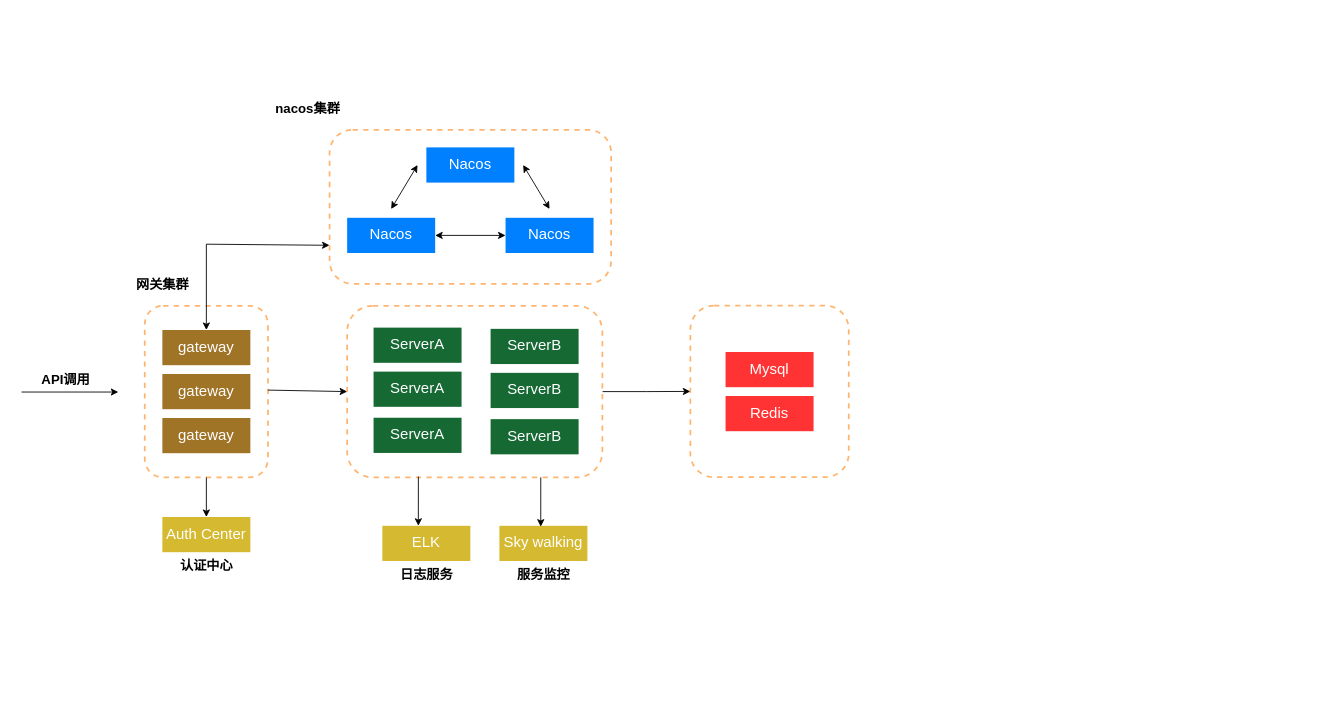
Earlier version of the draw.io diagram 设计相关/IETP微服务架构.drawio (DemonHan/KuickBuy). Source tidied: cells renumbered, new cells numbered last; positions are measured from the earlier drawing's top-left corner, leaving out a move shared by most shapes. Both pictures are drawn from the tidied source at 88%, with x=0, y=0 at pixel (21, 94).
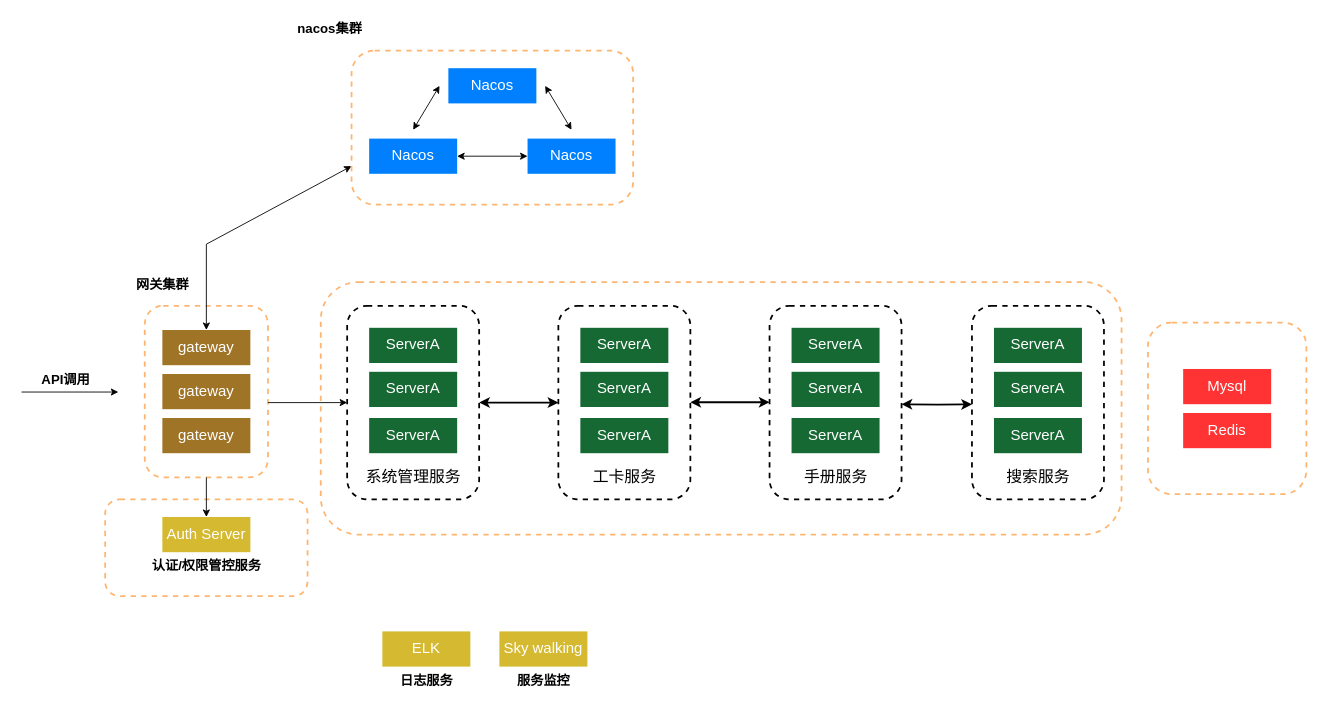
Above is the later version.

Commit message (it also covers changes not shown here):
更新IETP微服务架构.drawio

Diff of the diagram source:
```diff
@@
+    <mxCell id="41" style="rounded=1;whiteSpace=wrap;html=1;dashed=1;strokeColor=#FFB570;strokeWidth=2;" parent="1" vertex="1">
+      <mxGeometry x="340" y="213" width="910" height="287" as="geometry" />
+    </mxCell>
+    <mxCell id="42" style="rounded=1;whiteSpace=wrap;html=1;dashed=1;strokeColor=#FFB570;strokeWidth=2;" parent="1" vertex="1">
+      <mxGeometry x="95" y="460" width="230" height="110" as="geometry" />
+    </mxCell>
     <mxCell id="2" style="rounded=1;whiteSpace=wrap;html=1;dashed=1;strokeColor=#FFB570;strokeWidth=2;" parent="1" vertex="1">
-      <mxGeometry x="760" y="239.8" width="180" height="195" as="geometry" />
+      <mxGeometry x="1280" y="259" width="180" height="195" as="geometry" />
     </mxCell>
@@
     <mxCell id="12" value="nacos集群" style="text;html=1;align=center;verticalAlign=middle;strokeColor=none;fillColor=none;strokeWidth=3;fontSize=15;fontStyle=1;" parent="1" vertex="1">
-      <mxGeometry x="275" width="100" height="30" as="geometry" />
+      <mxGeometry x="300" y="-90" width="100" height="30" as="geometry" />
     </mxCell>
-    <mxCell id="13" style="edgeStyle=orthogonalEdgeStyle;rounded=0;jettySize=auto;html=1;entryX=0;entryY=0.5;entryDx=0;entryDy=0;" parent="1" edge="1" source="14" target="2">
-      <mxGeometry relative="1" as="geometry" />
-    </mxCell>
-    <mxCell id="14" style="rounded=1;whiteSpace=wrap;html=1;dashed=1;strokeColor=#FFB570;strokeWidth=2;" parent="1" vertex="1">
-      <mxGeometry x="370" y="240" width="290" height="195" as="geometry" />
-    </mxCell>
-    <mxCell id="15" value="&lt;font color=&quot;#ffffff&quot;&gt;ServerA&lt;/font&gt;" style="rounded=0;whiteSpace=wrap;html=1;fillColor=#176934;fontSize=17;strokeColor=none;" parent="1" vertex="1">
-      <mxGeometry x="400" y="264.8" width="100" height="40" as="geometry" />
-    </mxCell>
-    <mxCell id="16" value="&lt;font color=&quot;#ffffff&quot;&gt;ServerA&lt;/font&gt;" style="rounded=0;whiteSpace=wrap;html=1;fillColor=#176934;fontSize=17;strokeColor=none;" parent="1" vertex="1">
-      <mxGeometry x="400" y="314.8" width="100" height="40" as="geometry" />
-    </mxCell>
-    <mxCell id="17" value="&lt;font color=&quot;#ffffff&quot;&gt;ServerA&lt;/font&gt;" style="rounded=0;whiteSpace=wrap;html=1;fillColor=#176934;fontSize=17;strokeColor=none;" parent="1" vertex="1">
-      <mxGeometry x="400" y="367.2" width="100" height="40" as="geometry" />
-    </mxCell>
     <mxCell id="18" style="group;" parent="1" vertex="1">
-      <mxGeometry x="350" y="40" width="320" height="175" as="geometry" />
+      <mxGeometry x="375" y="-50" width="320" height="175" as="geometry" />
     </mxCell>
@@
     <mxCell id="26" style="endArrow=classic;html=1;rounded=0;entryX=0;entryY=0.5;entryDx=0;entryDy=0;" parent="1" edge="1" target="14">
       <mxGeometry relative="1" as="geometry">
-        <mxPoint x="280" y="335.8" as="sourcePoint" />
+        <mxPoint x="280" y="350" as="sourcePoint" />
       </mxGeometry>
     </mxCell>
-    <mxCell id="27" value="&lt;font color=&quot;#ffffff&quot;&gt;Auth Center&lt;/font&gt;" style="rounded=0;whiteSpace=wrap;html=1;fillColor=#d5b930;fontSize=17;strokeColor=none;" parent="1" vertex="1">
+    <mxCell id="27" value="&lt;font color=&quot;#ffffff&quot;&gt;Auth Server&lt;/font&gt;" style="rounded=0;whiteSpace=wrap;html=1;fillColor=#d5b930;fontSize=17;strokeColor=none;" parent="1" vertex="1">
       <mxGeometry x="160" y="480" width="100" height="40" as="geometry" />
     </mxCell>
@@
-    <mxCell id="29" value="认证中心" style="text;html=1;align=center;verticalAlign=middle;strokeColor=none;fillColor=none;strokeWidth=3;fontSize=15;fontStyle=1;" parent="1" vertex="1">
-      <mxGeometry x="170" y="520" width="80" height="30" as="geometry" />
+    <mxCell id="29" value="认证/权限管控服务" style="text;html=1;align=center;verticalAlign=middle;strokeColor=none;fillColor=none;strokeWidth=3;fontSize=15;fontStyle=1;" parent="1" vertex="1">
+      <mxGeometry x="135" y="520" width="150" height="30" as="geometry" />
     </mxCell>
     <mxCell id="30" value="&lt;font color=&quot;#ffffff&quot;&gt;ELK&lt;/font&gt;" style="rounded=0;whiteSpace=wrap;html=1;fillColor=#d5b930;fontSize=17;strokeColor=none;" parent="1" vertex="1">
-      <mxGeometry x="410" y="490" width="100" height="40" as="geometry" />
+      <mxGeometry x="410" y="610" width="100" height="40" as="geometry" />
     </mxCell>
-    <mxCell id="31" style="endArrow=classic;html=1;rounded=0;exitX=0.279;exitY=0.995;exitDx=0;exitDy=0;exitPerimeter=0;entryX=0.409;entryY=0;entryDx=0;entryDy=0;entryPerimeter=0;" parent="1" edge="1" source="14" target="30">
-      <mxGeometry relative="1" as="geometry" />
-    </mxCell>
     <mxCell id="32" value="日志服务" style="text;html=1;align=center;verticalAlign=middle;strokeColor=none;fillColor=none;strokeWidth=3;fontSize=15;fontStyle=1;" parent="1" vertex="1">
-      <mxGeometry x="420" y="530" width="80" height="30" as="geometry" />
+      <mxGeometry x="420" y="650" width="80" height="30" as="geometry" />
     </mxCell>
     <mxCell id="33" value="&lt;font color=&quot;#ffffff&quot;&gt;Sky&amp;nbsp;walking&lt;/font&gt;" style="rounded=0;whiteSpace=wrap;html=1;fillColor=#d5b930;fontSize=17;strokeColor=none;" parent="1" vertex="1">
-      <mxGeometry x="543" y="490" width="100" height="40" as="geometry" />
+      <mxGeometry x="543" y="610" width="100" height="40" as="geometry" />
     </mxCell>
-    <mxCell id="34" style="endArrow=classic;html=1;rounded=0;exitX=0.279;exitY=0.995;exitDx=0;exitDy=0;exitPerimeter=0;entryX=0.409;entryY=0;entryDx=0;entryDy=0;entryPerimeter=0;" parent="1" edge="1">
-      <mxGeometry relative="1" as="geometry">
-        <mxPoint x="590" y="435" as="sourcePoint" />
-        <mxPoint x="590" y="491" as="targetPoint" />
-      </mxGeometry>
-    </mxCell>
     <mxCell id="35" value="服务监控" style="text;html=1;align=center;verticalAlign=middle;strokeColor=none;fillColor=none;strokeWidth=3;fontSize=15;fontStyle=1;" parent="1" vertex="1">
-      <mxGeometry x="553" y="530" width="80" height="30" as="geometry" />
+      <mxGeometry x="553" y="650" width="80" height="30" as="geometry" />
     </mxCell>
     <mxCell id="36" value="&lt;font color=&quot;#ffffff&quot;&gt;Mysql&lt;/font&gt;" style="rounded=0;whiteSpace=wrap;html=1;fillColor=#FF3333;fontSize=17;strokeColor=none;" parent="1" vertex="1">
-      <mxGeometry x="800" y="292.5" width="100" height="40" as="geometry" />
+      <mxGeometry x="1320" y="311.8" width="100" height="40" as="geometry" />
     </mxCell>
     <mxCell id="37" value="&lt;font color=&quot;#ffffff&quot;&gt;Redis&lt;/font&gt;" style="rounded=0;whiteSpace=wrap;html=1;fillColor=#FF3333;fontSize=17;strokeColor=none;" parent="1" vertex="1">
-      <mxGeometry x="800" y="342.5" width="100" height="40" as="geometry" />
+      <mxGeometry x="1320" y="361.8" width="100" height="40" as="geometry" />
     </mxCell>
-    <mxCell id="38" value="&lt;font color=&quot;#ffffff&quot;&gt;ServerB&lt;/font&gt;" style="rounded=0;whiteSpace=wrap;html=1;fillColor=#176934;fontSize=17;strokeColor=none;" parent="1" vertex="1">
-      <mxGeometry x="533" y="266.2" width="100" height="40" as="geometry" />
-    </mxCell>
-    <mxCell id="39" value="&lt;font color=&quot;#ffffff&quot;&gt;ServerB&lt;/font&gt;" style="rounded=0;whiteSpace=wrap;html=1;fillColor=#176934;fontSize=17;strokeColor=none;" parent="1" vertex="1">
-      <mxGeometry x="533" y="316.2" width="100" height="40" as="geometry" />
-    </mxCell>
-    <mxCell id="40" value="&lt;font color=&quot;#ffffff&quot;&gt;ServerB&lt;/font&gt;" style="rounded=0;whiteSpace=wrap;html=1;fillColor=#176934;fontSize=17;strokeColor=none;" parent="1" vertex="1">
-      <mxGeometry x="533" y="368.8" width="100" height="40" as="geometry" />
-    </mxCell>
+    <mxCell id="43" style="group;" parent="1" vertex="1">
+      <mxGeometry x="370" y="240" width="150" height="220" as="geometry" />
+    </mxCell>
+    <mxCell id="14" style="rounded=1;whiteSpace=wrap;html=1;dashed=1;strokeColor=#000000;strokeWidth=2;" parent="43" vertex="1">
+      <mxGeometry width="150" height="220" as="geometry" />
+    </mxCell>
+    <mxCell id="15" value="&lt;font color=&quot;#ffffff&quot;&gt;ServerA&lt;/font&gt;" style="rounded=0;whiteSpace=wrap;html=1;fillColor=#176934;fontSize=17;strokeColor=none;" parent="43" vertex="1">
+      <mxGeometry x="25" y="25" width="100" height="40" as="geometry" />
+    </mxCell>
+    <mxCell id="16" value="&lt;font color=&quot;#ffffff&quot;&gt;ServerA&lt;/font&gt;" style="rounded=0;whiteSpace=wrap;html=1;fillColor=#176934;fontSize=17;strokeColor=none;" parent="43" vertex="1">
+      <mxGeometry x="25" y="75" width="100" height="40" as="geometry" />
+    </mxCell>
+    <mxCell id="17" value="&lt;font color=&quot;#ffffff&quot;&gt;ServerA&lt;/font&gt;" style="rounded=0;whiteSpace=wrap;html=1;fillColor=#176934;fontSize=17;strokeColor=none;" parent="43" vertex="1">
+      <mxGeometry x="25" y="127.5" width="100" height="40" as="geometry" />
+    </mxCell>
+    <mxCell id="44" value="系统管理服务" style="text;html=1;strokeColor=none;fillColor=none;align=center;verticalAlign=middle;whiteSpace=wrap;rounded=0;strokeWidth=8;fontSize=18;" parent="43" vertex="1">
+      <mxGeometry x="7.5" y="180" width="135" height="30" as="geometry" />
+    </mxCell>
+    <mxCell id="45" style="group;" parent="1" vertex="1">
+      <mxGeometry x="610" y="240" width="150" height="220" as="geometry" />
+    </mxCell>
+    <mxCell id="46" style="rounded=1;whiteSpace=wrap;html=1;dashed=1;strokeColor=#000000;strokeWidth=2;" parent="45" vertex="1">
+      <mxGeometry width="150" height="220" as="geometry" />
+    </mxCell>
+    <mxCell id="47" value="&lt;font color=&quot;#ffffff&quot;&gt;ServerA&lt;/font&gt;" style="rounded=0;whiteSpace=wrap;html=1;fillColor=#176934;fontSize=17;strokeColor=none;" parent="45" vertex="1">
+      <mxGeometry x="25" y="25" width="100" height="40" as="geometry" />
+    </mxCell>
+    <mxCell id="48" value="&lt;font color=&quot;#ffffff&quot;&gt;ServerA&lt;/font&gt;" style="rounded=0;whiteSpace=wrap;html=1;fillColor=#176934;fontSize=17;strokeColor=none;" parent="45" vertex="1">
+      <mxGeometry x="25" y="75" width="100" height="40" as="geometry" />
+    </mxCell>
+    <mxCell id="49" value="&lt;font color=&quot;#ffffff&quot;&gt;ServerA&lt;/font&gt;" style="rounded=0;whiteSpace=wrap;html=1;fillColor=#176934;fontSize=17;strokeColor=none;" parent="45" vertex="1">
+      <mxGeometry x="25" y="127.5" width="100" height="40" as="geometry" />
+    </mxCell>
+    <mxCell id="50" value="工卡服务" style="text;html=1;strokeColor=none;fillColor=none;align=center;verticalAlign=middle;whiteSpace=wrap;rounded=0;strokeWidth=8;fontSize=18;" parent="45" vertex="1">
+      <mxGeometry x="7.5" y="180" width="135" height="30" as="geometry" />
+    </mxCell>
+    <mxCell id="51" style="edgeStyle=orthogonalEdgeStyle;rounded=0;jettySize=auto;html=1;entryX=0;entryY=0.5;entryDx=0;entryDy=0;startArrow=classic;startFill=1;targetPerimeterSpacing=2;strokeWidth=2;" parent="1" edge="1" source="14" target="46">
+      <mxGeometry relative="1" as="geometry" />
+    </mxCell>
+    <mxCell id="52" style="group;" parent="1" vertex="1">
+      <mxGeometry x="850" y="240" width="150" height="220" as="geometry" />
+    </mxCell>
+    <mxCell id="53" style="rounded=1;whiteSpace=wrap;html=1;dashed=1;strokeColor=#000000;strokeWidth=2;" parent="52" vertex="1">
+      <mxGeometry width="150" height="220" as="geometry" />
+    </mxCell>
+    <mxCell id="54" value="&lt;font color=&quot;#ffffff&quot;&gt;ServerA&lt;/font&gt;" style="rounded=0;whiteSpace=wrap;html=1;fillColor=#176934;fontSize=17;strokeColor=none;" parent="52" vertex="1">
+      <mxGeometry x="25" y="25" width="100" height="40" as="geometry" />
+    </mxCell>
+    <mxCell id="55" value="&lt;font color=&quot;#ffffff&quot;&gt;ServerA&lt;/font&gt;" style="rounded=0;whiteSpace=wrap;html=1;fillColor=#176934;fontSize=17;strokeColor=none;" parent="52" vertex="1">
+      <mxGeometry x="25" y="75" width="100" height="40" as="geometry" />
+    </mxCell>
+    <mxCell id="56" value="&lt;font color=&quot;#ffffff&quot;&gt;ServerA&lt;/font&gt;" style="rounded=0;whiteSpace=wrap;html=1;fillColor=#176934;fontSize=17;strokeColor=none;" parent="52" vertex="1">
+      <mxGeometry x="25" y="127.5" width="100" height="40" as="geometry" />
+    </mxCell>
+    <mxCell id="57" value="手册服务" style="text;html=1;strokeColor=none;fillColor=none;align=center;verticalAlign=middle;whiteSpace=wrap;rounded=0;strokeWidth=8;fontSize=18;" parent="52" vertex="1">
+      <mxGeometry x="7.5" y="180" width="135" height="30" as="geometry" />
+    </mxCell>
+    <mxCell id="58" style="group;" parent="1" vertex="1">
+      <mxGeometry x="1080" y="240" width="150" height="220" as="geometry" />
+    </mxCell>
+    <mxCell id="59" style="rounded=1;whiteSpace=wrap;html=1;dashed=1;strokeColor=#000000;strokeWidth=2;" parent="58" vertex="1">
+      <mxGeometry width="150" height="220" as="geometry" />
+    </mxCell>
+    <mxCell id="60" value="&lt;font color=&quot;#ffffff&quot;&gt;ServerA&lt;/font&gt;" style="rounded=0;whiteSpace=wrap;html=1;fillColor=#176934;fontSize=17;strokeColor=none;" parent="58" vertex="1">
+      <mxGeometry x="25" y="25" width="100" height="40" as="geometry" />
+    </mxCell>
+    <mxCell id="61" value="&lt;font color=&quot;#ffffff&quot;&gt;ServerA&lt;/font&gt;" style="rounded=0;whiteSpace=wrap;html=1;fillColor=#176934;fontSize=17;strokeColor=none;" parent="58" vertex="1">
+      <mxGeometry x="25" y="75" width="100" height="40" as="geometry" />
+    </mxCell>
+    <mxCell id="62" value="&lt;font color=&quot;#ffffff&quot;&gt;ServerA&lt;/font&gt;" style="rounded=0;whiteSpace=wrap;html=1;fillColor=#176934;fontSize=17;strokeColor=none;" parent="58" vertex="1">
+      <mxGeometry x="25" y="127.5" width="100" height="40" as="geometry" />
+    </mxCell>
+    <mxCell id="63" value="搜索服务" style="text;html=1;strokeColor=none;fillColor=none;align=center;verticalAlign=middle;whiteSpace=wrap;rounded=0;strokeWidth=8;fontSize=18;" parent="58" vertex="1">
+      <mxGeometry x="7.5" y="180" width="135" height="30" as="geometry" />
+    </mxCell>
+    <mxCell id="64" style="edgeStyle=orthogonalEdgeStyle;rounded=0;orthogonalLoop=1;jettySize=auto;html=1;entryX=0;entryY=0.5;entryDx=0;entryDy=0;startArrow=classic;startFill=1;targetPerimeterSpacing=2;strokeWidth=2;" parent="1" edge="1">
+      <mxGeometry relative="1" as="geometry">
+        <mxPoint x="760" y="349.6" as="sourcePoint" />
+        <mxPoint x="850" y="349.6" as="targetPoint" />
+      </mxGeometry>
+    </mxCell>
+    <mxCell id="65" style="edgeStyle=orthogonalEdgeStyle;rounded=0;orthogonalLoop=1;jettySize=auto;html=1;startArrow=classic;startFill=1;targetPerimeterSpacing=2;strokeWidth=2;" parent="1" edge="1">
+      <mxGeometry relative="1" as="geometry">
+        <mxPoint x="1000" y="351.8" as="sourcePoint" />
+        <mxPoint x="1080" y="352" as="targetPoint" />
+      </mxGeometry>
+    </mxCell>
```
